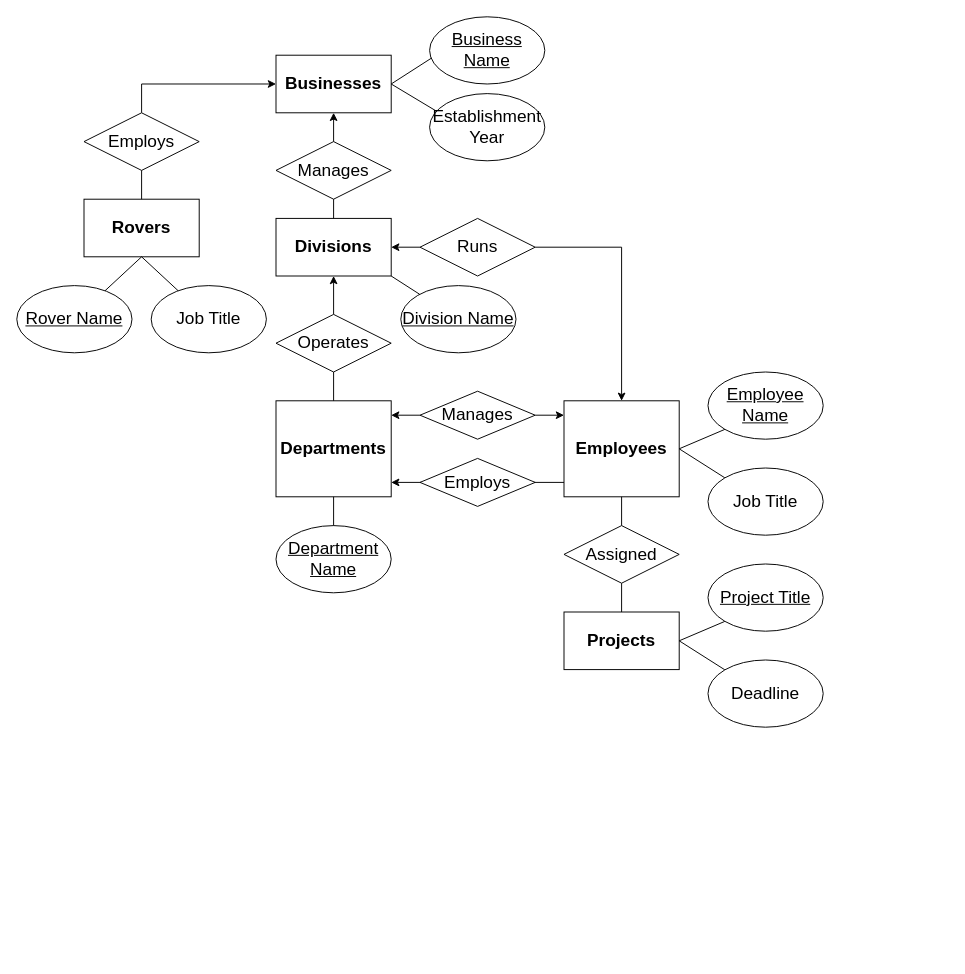
This is business.drawio from lucylee-412/CISC-3810, a draw.io file, before an edit. Source tidied: cells renumbered, new cells numbered last; positions are measured from the earlier drawing's top-left corner, leaving out a move shared by most shapes. Both pictures are drawn from the tidied source at 96%, with x=0, y=0 at pixel (16, 16).
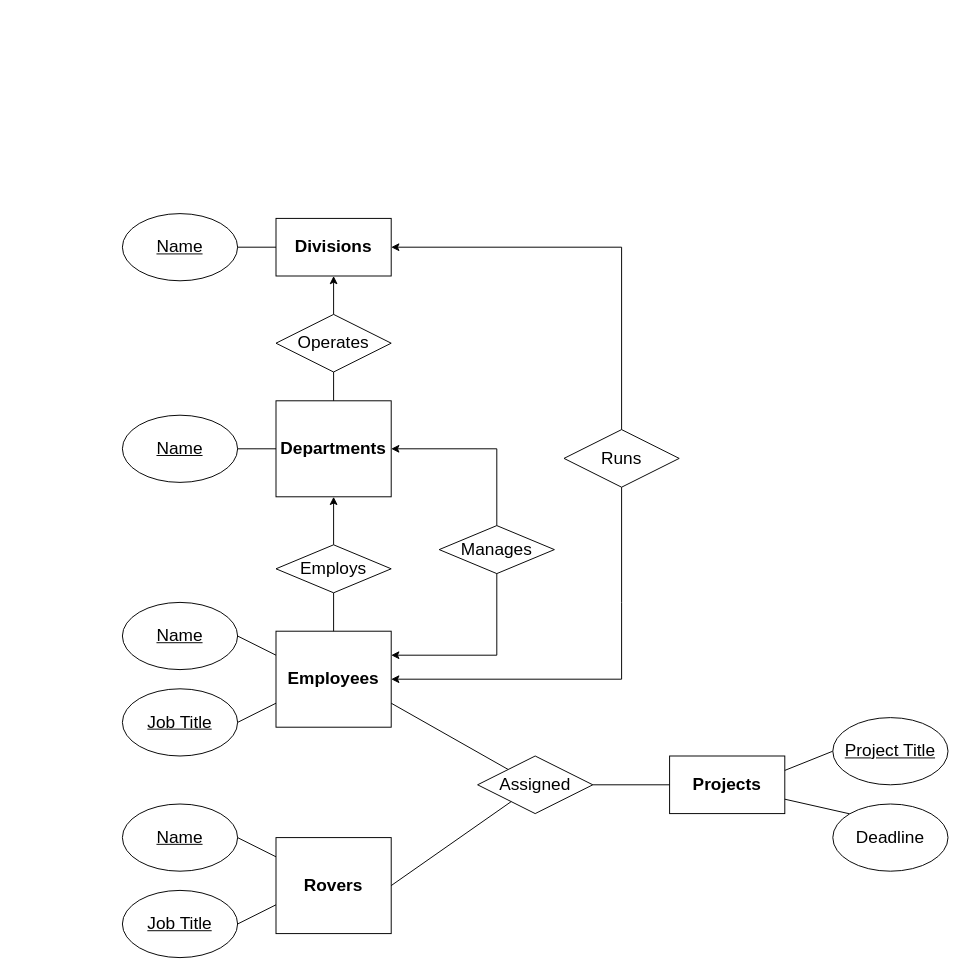
The same diagram, later.

Commit message:
Correct business rules

Unchanged cells that the change refers to:
```xml
<mxCell id="2" value="&lt;font style=&quot;font-size: 18px&quot;&gt;&lt;b&gt;Departments&lt;/b&gt;&lt;/font&gt;" style="rounded=0;whiteSpace=wrap;html=1;" parent="1" vertex="1">
  <mxGeometry x="270" y="400" width="120" height="100" as="geometry" />
</mxCell>
<mxCell id="10" value="&lt;font style=&quot;font-size: 18px&quot;&gt;&lt;b&gt;Divisions&lt;/b&gt;&lt;/font&gt;" style="rounded=0;whiteSpace=wrap;html=1;" parent="1" vertex="1">
  <mxGeometry x="270" y="210" width="120" height="60" as="geometry" />
</mxCell>
```

Diff of the diagram source:
```diff
@@
     <mxCell id="3" value="Manages" style="rhombus;whiteSpace=wrap;html=1;fontSize=18;" parent="1" vertex="1">
-      <mxGeometry x="420" y="390" width="120" height="50" as="geometry" />
+      <mxGeometry x="440" y="530" width="120" height="50" as="geometry" />
     </mxCell>
     <mxCell id="4" value="&lt;font style=&quot;font-size: 18px&quot;&gt;&lt;b&gt;Employees&lt;/b&gt;&lt;/font&gt;" style="rounded=0;whiteSpace=wrap;html=1;" parent="1" vertex="1">
-      <mxGeometry x="570" y="400" width="120" height="100" as="geometry" />
+      <mxGeometry x="270" y="640" width="120" height="100" as="geometry" />
     </mxCell>
@@
-    <mxCell id="6" value="&lt;font style=&quot;font-size: 18px&quot;&gt;&lt;b&gt;Businesses&lt;/b&gt;&lt;/font&gt;" style="rounded=0;whiteSpace=wrap;html=1;" parent="1" vertex="1">
-      <mxGeometry x="270" y="40" width="120" height="60" as="geometry" />
-    </mxCell>
-    <mxCell id="7" style="endArrow=classic;html=1;rounded=0;entryX=1;entryY=0.25;entryDx=0;entryDy=0;" parent="1" edge="1" source="3">
+    <mxCell id="7" style="endArrow=classic;html=1;rounded=0;entryX=1;entryY=0.5;entryDx=0;entryDy=0;" parent="1" edge="1" source="3" target="2">
       <mxGeometry relative="1" as="geometry">
-        <mxPoint x="390" y="415" as="targetPoint" />
+        <Array as="points">
+          <mxPoint x="500" y="450" />
+        </Array>
       </mxGeometry>
     </mxCell>
-    <mxCell id="8" value="&lt;font style=&quot;font-size: 18px&quot;&gt;&lt;b&gt;Rovers&lt;/b&gt;&lt;/font&gt;" style="rounded=0;whiteSpace=wrap;html=1;" parent="1" vertex="1">
-      <mxGeometry x="70" y="190" width="120" height="60" as="geometry" />
-    </mxCell>
-    <mxCell id="9" style="endArrow=classic;html=1;rounded=0;fontSize=16;exitX=0.5;exitY=0;exitDx=0;exitDy=0;entryX=0;entryY=0.5;entryDx=0;entryDy=0;startArrow=none;" parent="1" edge="1" source="14" target="6">
-      <mxGeometry relative="1" as="geometry">
-        <Array as="points">
-          <mxPoint x="130" y="70" />
-        </Array>
-      </mxGeometry>
-    </mxCell>
@@
-    <mxCell id="11" style="endArrow=classic;html=1;rounded=0;fontSize=16;exitX=0.5;exitY=0;exitDx=0;exitDy=0;entryX=0.5;entryY=1;entryDx=0;entryDy=0;" parent="1" edge="1" source="10" target="6">
-      <mxGeometry relative="1" as="geometry" />
-    </mxCell>
     <mxCell id="12" value="&lt;font style=&quot;font-size: 18px&quot;&gt;&lt;b&gt;Projects&lt;/b&gt;&lt;/font&gt;" style="rounded=0;whiteSpace=wrap;html=1;" parent="1" vertex="1">
-      <mxGeometry x="570" y="620" width="120" height="60" as="geometry" />
+      <mxGeometry x="680" y="770" width="120" height="60" as="geometry" />
     </mxCell>
-    <mxCell id="13" value="Manages" style="rhombus;whiteSpace=wrap;html=1;fontSize=18;" parent="1" vertex="1">
-      <mxGeometry x="270" y="130" width="120" height="60" as="geometry" />
-    </mxCell>
-    <mxCell id="14" value="Employs" style="rhombus;whiteSpace=wrap;html=1;fontSize=18;" parent="1" vertex="1">
-      <mxGeometry x="70" y="100" width="120" height="60" as="geometry" />
-    </mxCell>
-    <mxCell id="15" style="endArrow=none;html=1;rounded=0;fontSize=16;exitX=0.5;exitY=0;exitDx=0;exitDy=0;entryX=0.5;entryY=1;entryDx=0;entryDy=0;" parent="1" edge="1" source="8" target="14">
-      <mxGeometry relative="1" as="geometry" />
-    </mxCell>
@@
     <mxCell id="18" value="Runs" style="rhombus;whiteSpace=wrap;html=1;fontSize=18;" parent="1" vertex="1">
-      <mxGeometry x="420" y="210" width="120" height="60" as="geometry" />
+      <mxGeometry x="570" y="430" width="120" height="60" as="geometry" />
     </mxCell>
-    <mxCell id="19" style="endArrow=classic;html=1;rounded=0;entryX=1;entryY=0.5;entryDx=0;entryDy=0;exitX=0;exitY=0.5;exitDx=0;exitDy=0;" parent="1" edge="1" source="18" target="10">
-      <mxGeometry relative="1" as="geometry" />
+    <mxCell id="19" style="endArrow=classic;html=1;rounded=0;entryX=1;entryY=0.5;entryDx=0;entryDy=0;exitX=0.5;exitY=0;exitDx=0;exitDy=0;" parent="1" edge="1" source="18" target="10">
+      <mxGeometry relative="1" as="geometry">
+        <Array as="points">
+          <mxPoint x="630" y="240" />
+        </Array>
+      </mxGeometry>
     </mxCell>
-    <mxCell id="20" style="endArrow=classic;html=1;rounded=0;exitX=1;exitY=0.5;exitDx=0;exitDy=0;entryX=0.5;entryY=0;entryDx=0;entryDy=0;" parent="1" edge="1" source="18" target="4">
+    <mxCell id="20" style="endArrow=classic;html=1;rounded=0;exitX=0.5;exitY=1;exitDx=0;exitDy=0;entryX=1;entryY=0.5;entryDx=0;entryDy=0;" parent="1" edge="1" source="18" target="4">
       <mxGeometry relative="1" as="geometry">
         <Array as="points">
-          <mxPoint x="630" y="240" />
+          <mxPoint x="630" y="610" />
+          <mxPoint x="630" y="690" />
         </Array>
       </mxGeometry>
     </mxCell>
-    <mxCell id="21" style="endArrow=none;html=1;rounded=0;entryX=0.5;entryY=1;entryDx=0;entryDy=0;exitX=0.5;exitY=0;exitDx=0;exitDy=0;" parent="1" edge="1" source="26" target="4">
+    <mxCell id="21" style="endArrow=none;html=1;rounded=0;entryX=0.5;entryY=1;entryDx=0;entryDy=0;exitX=0.5;exitY=0;exitDx=0;exitDy=0;" parent="1" edge="1" source="4" target="25">
       <mxGeometry relative="1" as="geometry" />
     </mxCell>
-    <mxCell id="22" style="endArrow=none;html=1;rounded=0;exitX=0.5;exitY=0;exitDx=0;exitDy=0;startArrow=none;" parent="1" edge="1" source="26">
-      <mxGeometry relative="1" as="geometry">
-        <mxPoint x="630" y="550" as="targetPoint" />
-      </mxGeometry>
+    <mxCell id="22" style="endArrow=none;html=1;rounded=0;startArrow=none;entryX=1;entryY=0.75;entryDx=0;entryDy=0;" parent="1" edge="1" source="26" target="4">
+      <mxGeometry relative="1" as="geometry" />
     </mxCell>
-    <mxCell id="23" style="endArrow=classic;html=1;rounded=0;entryX=0;entryY=0.25;entryDx=0;entryDy=0;exitX=1;exitY=0.5;exitDx=0;exitDy=0;" parent="1" edge="1" source="3">
+    <mxCell id="23" style="endArrow=classic;html=1;rounded=0;exitX=0.5;exitY=1;exitDx=0;exitDy=0;entryX=1;entryY=0.25;entryDx=0;entryDy=0;" parent="1" edge="1" source="3" target="4">
       <mxGeometry relative="1" as="geometry">
-        <mxPoint x="570" y="415" as="targetPoint" />
+        <Array as="points">
+          <mxPoint x="500" y="665" />
+        </Array>
       </mxGeometry>
     </mxCell>
-    <mxCell id="24" style="endArrow=classic;html=1;rounded=0;fontSize=16;exitX=0;exitY=0.75;exitDx=0;exitDy=0;startArrow=none;entryX=1;entryY=0.75;entryDx=0;entryDy=0;" parent="1" edge="1">
-      <mxGeometry relative="1" as="geometry">
-        <mxPoint x="570" y="485" as="sourcePoint" />
-        <mxPoint x="390" y="485" as="targetPoint" />
-      </mxGeometry>
+    <mxCell id="24" style="endArrow=classic;html=1;rounded=0;fontSize=16;exitX=0.5;exitY=0;exitDx=0;exitDy=0;startArrow=none;entryX=0.5;entryY=1;entryDx=0;entryDy=0;" parent="1" edge="1" source="25" target="2">
+      <mxGeometry relative="1" as="geometry" />
     </mxCell>
     <mxCell id="25" value="Employs" style="rhombus;whiteSpace=wrap;html=1;fontSize=18;" parent="1" vertex="1">
-      <mxGeometry x="420" y="460" width="120" height="50" as="geometry" />
+      <mxGeometry x="270" y="550" width="120" height="50" as="geometry" />
     </mxCell>
     <mxCell id="26" value="Assigned" style="rhombus;whiteSpace=wrap;html=1;fontSize=18;" parent="1" vertex="1">
-      <mxGeometry x="570" y="530" width="120" height="60" as="geometry" />
+      <mxGeometry x="480" y="770" width="120" height="60" as="geometry" />
     </mxCell>
-    <mxCell id="27" style="endArrow=none;html=1;rounded=0;exitX=0.5;exitY=0;exitDx=0;exitDy=0;" parent="1" edge="1" source="12" target="26">
+    <mxCell id="27" style="endArrow=none;html=1;rounded=0;exitX=0;exitY=0.5;exitDx=0;exitDy=0;" parent="1" edge="1" source="12" target="26">
       <mxGeometry relative="1" as="geometry" />
     </mxCell>
-    <mxCell id="28" value="&lt;font style=&quot;font-size: 18px&quot;&gt;&lt;u&gt;Employee&lt;br&gt;Name&lt;/u&gt;&lt;br&gt;&lt;/font&gt;" style="ellipse;whiteSpace=wrap;html=1;" parent="1" vertex="1">
-      <mxGeometry x="720" y="370" width="120" height="70" as="geometry" />
+    <mxCell id="28" value="&lt;font style=&quot;font-size: 18px&quot;&gt;&lt;u&gt;Name&lt;/u&gt;&lt;br&gt;&lt;/font&gt;" style="ellipse;whiteSpace=wrap;html=1;" parent="1" vertex="1">
+      <mxGeometry x="110" y="610" width="120" height="70" as="geometry" />
     </mxCell>
-    <mxCell id="29" style="endArrow=none;html=1;rounded=0;fontSize=18;exitX=1;exitY=0.5;exitDx=0;exitDy=0;entryX=0;entryY=1;entryDx=0;entryDy=0;" parent="1" edge="1" source="4" target="28">
+    <mxCell id="29" style="endArrow=none;html=1;rounded=0;fontSize=18;exitX=0;exitY=0.25;exitDx=0;exitDy=0;entryX=1;entryY=0.5;entryDx=0;entryDy=0;" parent="1" edge="1" source="4" target="28">
       <mxGeometry relative="1" as="geometry" />
     </mxCell>
-    <mxCell id="30" style="endArrow=none;html=1;rounded=0;fontSize=18;exitX=1;exitY=0.5;exitDx=0;exitDy=0;entryX=0;entryY=1;entryDx=0;entryDy=0;" parent="1" edge="1" source="12" target="31">
+    <mxCell id="30" style="endArrow=none;html=1;rounded=0;fontSize=18;exitX=1;exitY=0.25;exitDx=0;exitDy=0;entryX=0;entryY=0.5;entryDx=0;entryDy=0;" parent="1" edge="1" source="12" target="31">
       <mxGeometry relative="1" as="geometry" />
     </mxCell>
     <mxCell id="31" value="&lt;font style=&quot;font-size: 18px&quot;&gt;&lt;u&gt;Project Title&lt;/u&gt;&lt;br&gt;&lt;/font&gt;" style="ellipse;whiteSpace=wrap;html=1;" parent="1" vertex="1">
-      <mxGeometry x="720" y="570" width="120" height="70" as="geometry" />
+      <mxGeometry x="850" y="730" width="120" height="70" as="geometry" />
     </mxCell>
-    <mxCell id="32" style="endArrow=none;html=1;rounded=0;fontSize=18;exitX=1;exitY=0.5;exitDx=0;exitDy=0;entryX=0;entryY=0;entryDx=0;entryDy=0;" parent="1" edge="1" source="12" target="33">
+    <mxCell id="32" style="endArrow=none;html=1;rounded=0;fontSize=18;exitX=1;exitY=0.75;exitDx=0;exitDy=0;entryX=0;entryY=0;entryDx=0;entryDy=0;" parent="1" edge="1" source="12" target="33">
       <mxGeometry relative="1" as="geometry" />
     </mxCell>
     <mxCell id="33" value="&lt;font style=&quot;font-size: 18px&quot;&gt;Deadline&lt;br&gt;&lt;/font&gt;" style="ellipse;whiteSpace=wrap;html=1;" parent="1" vertex="1">
-      <mxGeometry x="720" y="670" width="120" height="70" as="geometry" />
+      <mxGeometry x="850" y="820" width="120" height="70" as="geometry" />
     </mxCell>
-    <mxCell id="34" style="endArrow=none;html=1;rounded=0;fontSize=18;exitX=1;exitY=0.5;exitDx=0;exitDy=0;entryX=0;entryY=0;entryDx=0;entryDy=0;" parent="1" edge="1" source="4" target="35">
-      <mxGeometry relative="1" as="geometry" />
-    </mxCell>
-    <mxCell id="35" value="&lt;font style=&quot;font-size: 18px&quot;&gt;Job Title&lt;br&gt;&lt;/font&gt;" style="ellipse;whiteSpace=wrap;html=1;" parent="1" vertex="1">
-      <mxGeometry x="720" y="470" width="120" height="70" as="geometry" />
-    </mxCell>
-    <mxCell id="36" value="&lt;font style=&quot;font-size: 18px&quot;&gt;&lt;u&gt;Business Name&lt;/u&gt;&lt;br&gt;&lt;/font&gt;" style="ellipse;whiteSpace=wrap;html=1;" parent="1" vertex="1">
-      <mxGeometry x="430" width="120" height="70" as="geometry" />
-    </mxCell>
-    <mxCell id="37" style="endArrow=none;html=1;rounded=0;fontSize=18;entryX=0.017;entryY=0.614;entryDx=0;entryDy=0;entryPerimeter=0;" parent="1" edge="1" target="36">
-      <mxGeometry relative="1" as="geometry">
-        <mxPoint x="390" y="70" as="sourcePoint" />
-      </mxGeometry>
-    </mxCell>
-    <mxCell id="38" style="endArrow=none;html=1;rounded=0;fontSize=18;exitX=1;exitY=0.5;exitDx=0;exitDy=0;" parent="1" edge="1" source="6">
-      <mxGeometry relative="1" as="geometry">
-        <mxPoint x="440" y="100" as="targetPoint" />
-      </mxGeometry>
-    </mxCell>
-    <mxCell id="39" value="&lt;font style=&quot;font-size: 18px&quot;&gt;Establishment Year&lt;br&gt;&lt;/font&gt;" style="ellipse;whiteSpace=wrap;html=1;" parent="1" vertex="1">
-      <mxGeometry x="430" y="80" width="120" height="70" as="geometry" />
-    </mxCell>
-    <mxCell id="40" value="&lt;font style=&quot;font-size: 18px&quot;&gt;&lt;u&gt;Rover Name&lt;/u&gt;&lt;br&gt;&lt;/font&gt;" style="ellipse;whiteSpace=wrap;html=1;" parent="1" vertex="1">
-      <mxGeometry y="280" width="120" height="70" as="geometry" />
-    </mxCell>
-    <mxCell id="41" value="&lt;font style=&quot;font-size: 18px&quot;&gt;Job Title&lt;br&gt;&lt;/font&gt;" style="ellipse;whiteSpace=wrap;html=1;" parent="1" vertex="1">
-      <mxGeometry x="140" y="280" width="120" height="70" as="geometry" />
-    </mxCell>
-    <mxCell id="42" style="endArrow=none;html=1;rounded=0;fontSize=18;exitX=0.5;exitY=1;exitDx=0;exitDy=0;" parent="1" edge="1" source="8" target="40">
-      <mxGeometry relative="1" as="geometry" />
-    </mxCell>
-    <mxCell id="43" style="endArrow=none;html=1;rounded=0;fontSize=18;" parent="1" edge="1" target="41">
-      <mxGeometry relative="1" as="geometry">
-        <mxPoint x="130" y="250" as="sourcePoint" />
-      </mxGeometry>
-    </mxCell>
-    <mxCell id="44" value="&lt;font style=&quot;font-size: 18px&quot;&gt;&lt;u&gt;Department Name&lt;/u&gt;&lt;br&gt;&lt;/font&gt;" style="ellipse;whiteSpace=wrap;html=1;" parent="1" vertex="1">
-      <mxGeometry x="270" y="530" width="120" height="70" as="geometry" />
+    <mxCell id="44" value="&lt;font style=&quot;font-size: 18px&quot;&gt;&lt;u&gt;Name&lt;/u&gt;&lt;br&gt;&lt;/font&gt;" style="ellipse;whiteSpace=wrap;html=1;" parent="1" vertex="1">
+      <mxGeometry x="110" y="415" width="120" height="70" as="geometry" />
     </mxCell>
-    <mxCell id="45" style="endArrow=none;html=1;rounded=0;fontSize=18;exitX=0.5;exitY=1;exitDx=0;exitDy=0;entryX=0.5;entryY=0;entryDx=0;entryDy=0;" parent="1" edge="1" source="2" target="44">
+    <mxCell id="45" style="endArrow=none;html=1;rounded=0;fontSize=18;exitX=0;exitY=0.5;exitDx=0;exitDy=0;entryX=1;entryY=0.5;entryDx=0;entryDy=0;" parent="1" edge="1" source="2" target="44">
       <mxGeometry relative="1" as="geometry" />
     </mxCell>
-    <mxCell id="46" value="&lt;font style=&quot;font-size: 18px&quot;&gt;&lt;u&gt;Division Name&lt;/u&gt;&lt;br&gt;&lt;/font&gt;" style="ellipse;whiteSpace=wrap;html=1;" parent="1" vertex="1">
-      <mxGeometry x="400" y="280" width="120" height="70" as="geometry" />
+    <mxCell id="46" value="&lt;font style=&quot;font-size: 18px&quot;&gt;&lt;u&gt;Name&lt;/u&gt;&lt;br&gt;&lt;/font&gt;" style="ellipse;whiteSpace=wrap;html=1;" parent="1" vertex="1">
+      <mxGeometry x="110" y="205" width="120" height="70" as="geometry" />
     </mxCell>
-    <mxCell id="47" style="endArrow=none;html=1;rounded=0;fontSize=18;exitX=1;exitY=1;exitDx=0;exitDy=0;" parent="1" edge="1" source="10" target="46">
-      <mxGeometry relative="1" as="geometry" />
+    <mxCell id="47" style="endArrow=none;html=1;rounded=0;fontSize=18;exitX=0;exitY=0.5;exitDx=0;exitDy=0;" parent="1" edge="1" source="10">
+      <mxGeometry relative="1" as="geometry">
+        <mxPoint x="230" y="240" as="targetPoint" />
+      </mxGeometry>
     </mxCell>
+    <mxCell id="48" value="&lt;font style=&quot;font-size: 18px&quot;&gt;&lt;u&gt;Job Title&lt;/u&gt;&lt;br&gt;&lt;/font&gt;" style="ellipse;whiteSpace=wrap;html=1;" parent="1" vertex="1">
+      <mxGeometry x="110" y="700" width="120" height="70" as="geometry" />
+    </mxCell>
+    <mxCell id="49" style="endArrow=none;html=1;rounded=0;fontSize=18;exitX=0;exitY=0.75;exitDx=0;exitDy=0;entryX=1;entryY=0.5;entryDx=0;entryDy=0;" parent="1" edge="1" source="4" target="48">
+      <mxGeometry relative="1" as="geometry" />
+    </mxCell>
+    <mxCell id="8" value="&lt;font style=&quot;font-size: 18px&quot;&gt;&lt;b&gt;Rovers&lt;br&gt;&lt;/b&gt;&lt;/font&gt;" style="rounded=0;whiteSpace=wrap;html=1;" parent="1" vertex="1">
+      <mxGeometry x="270" y="855" width="120" height="100" as="geometry" />
+    </mxCell>
+    <mxCell id="50" value="&lt;font style=&quot;font-size: 18px&quot;&gt;&lt;u&gt;Name&lt;/u&gt;&lt;br&gt;&lt;/font&gt;" style="ellipse;whiteSpace=wrap;html=1;" parent="1" vertex="1">
+      <mxGeometry x="110" y="820" width="120" height="70" as="geometry" />
+    </mxCell>
+    <mxCell id="51" style="endArrow=none;html=1;rounded=0;fontSize=18;exitX=0;exitY=0.25;exitDx=0;exitDy=0;entryX=1;entryY=0.5;entryDx=0;entryDy=0;" parent="1" edge="1" target="50">
+      <mxGeometry relative="1" as="geometry">
+        <mxPoint x="270" y="875" as="sourcePoint" />
+      </mxGeometry>
+    </mxCell>
+    <mxCell id="52" value="&lt;font style=&quot;font-size: 18px&quot;&gt;&lt;u&gt;Job Title&lt;/u&gt;&lt;br&gt;&lt;/font&gt;" style="ellipse;whiteSpace=wrap;html=1;" parent="1" vertex="1">
+      <mxGeometry x="110" y="910" width="120" height="70" as="geometry" />
+    </mxCell>
+    <mxCell id="53" style="endArrow=none;html=1;rounded=0;fontSize=18;exitX=0;exitY=0.75;exitDx=0;exitDy=0;entryX=1;entryY=0.5;entryDx=0;entryDy=0;" parent="1" edge="1" target="52">
+      <mxGeometry relative="1" as="geometry">
+        <mxPoint x="270" y="925" as="sourcePoint" />
+      </mxGeometry>
+    </mxCell>
+    <mxCell id="54" style="endArrow=none;html=1;rounded=0;startArrow=none;entryX=1;entryY=0.5;entryDx=0;entryDy=0;" parent="1" edge="1" source="26" target="8">
+      <mxGeometry relative="1" as="geometry" />
+    </mxCell>
```
